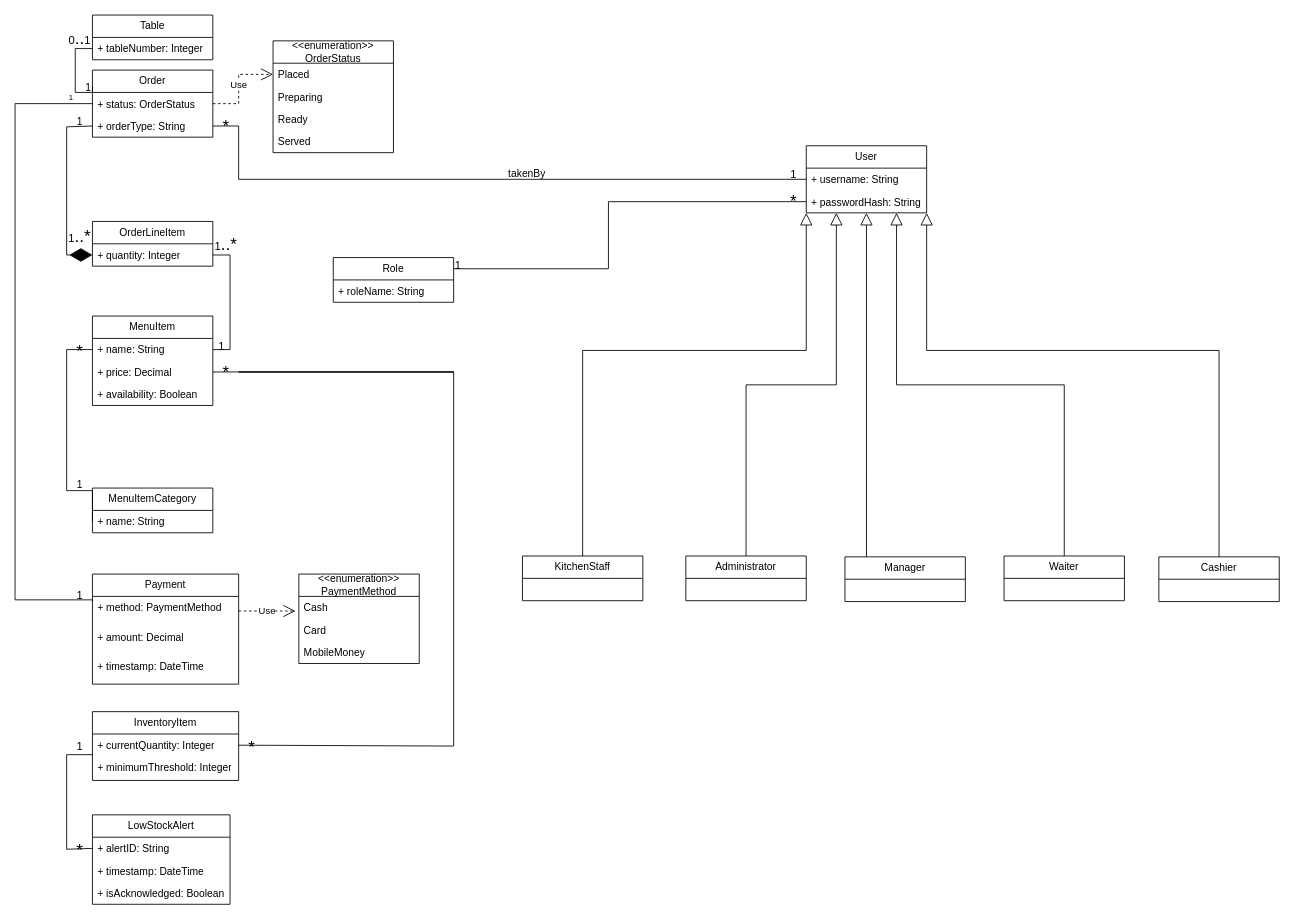
Before: ELABORATION PHASE/ITERATION 1/diagrams/cafe POS class diagram.drawio in Gsiach/Cafe-POS-project, a draw.io diagram. Source tidied: cells renumbered, new cells numbered last; positions are measured from the earlier drawing's top-left corner, leaving out a move shared by most shapes. Both pictures are drawn from the tidied source at 86%, with x=0, y=0 at pixel (15, 15).
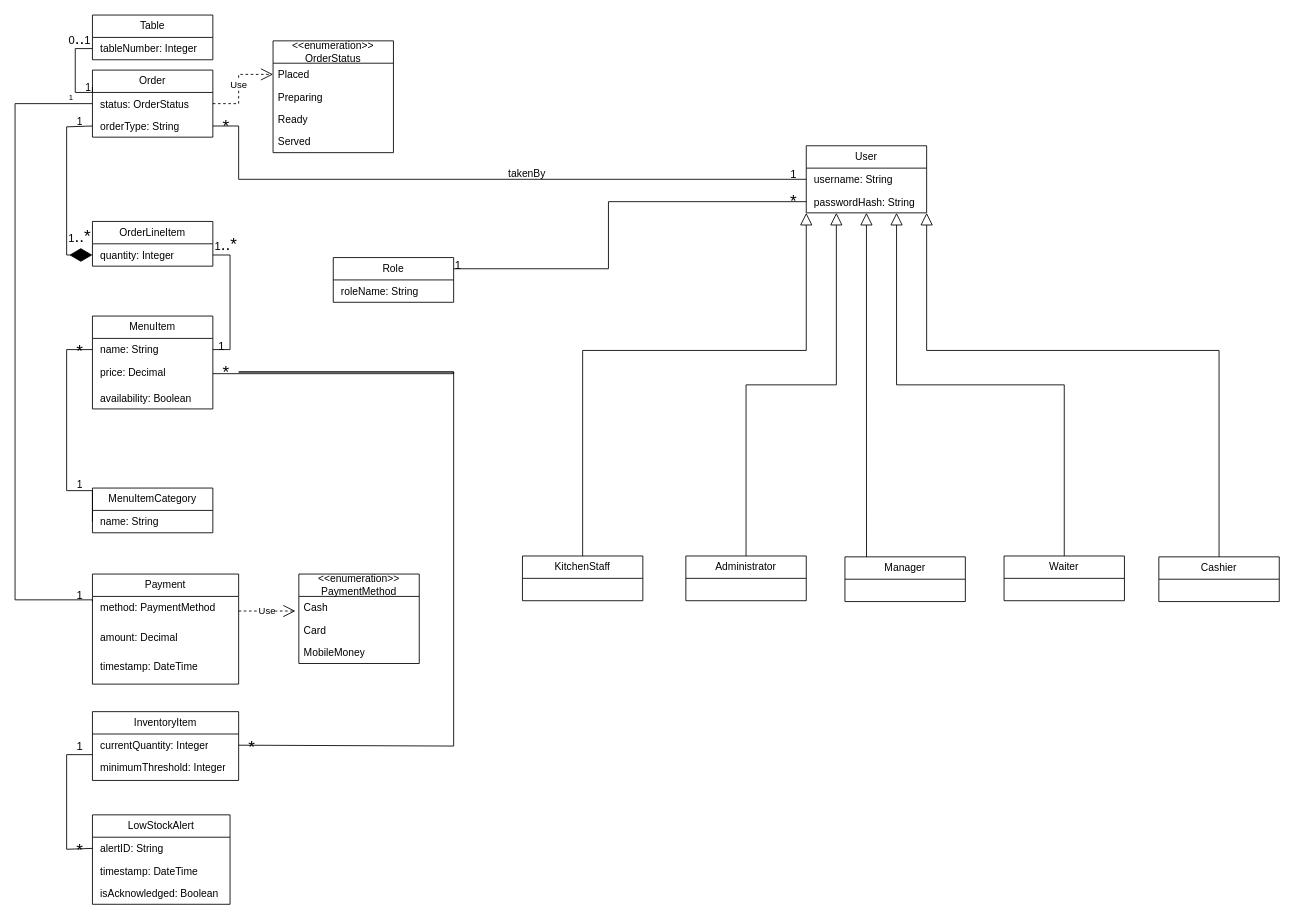
The same diagram, later.

Commit message (it also covers changes not shown here):
refactor: remove public visibility '+' symbols from domain model

The change refers to these unchanged cells:
```xml
<mxCell id="6" value="OrderLineItem" style="swimlane;fontStyle=0;horizontal=1;startSize=26;fillColor=none;whiteSpace=wrap;html=1;" parent="1" vertex="1">
  <mxGeometry x="90" y="240" width="140" height="52" as="geometry" />
</mxCell>
<mxCell id="8" value="Order" style="swimlane;fontStyle=0;horizontal=1;startSize=26;fillColor=none;whiteSpace=wrap;html=1;" parent="1" vertex="1">
  <mxGeometry x="90" y="64" width="140" height="78" as="geometry" />
</mxCell>
<mxCell id="11" value="Table" style="swimlane;fontStyle=0;horizontal=1;startSize=26;fillColor=none;whiteSpace=wrap;html=1;" parent="1" vertex="1">
  <mxGeometry x="90" width="140" height="52" as="geometry" />
</mxCell>
<mxCell id="13" value="MenuItemCategory" style="swimlane;fontStyle=0;horizontal=1;startSize=26;fillColor=none;whiteSpace=wrap;html=1;" parent="1" vertex="1">
  <mxGeometry x="90" y="550" width="140" height="52" as="geometry" />
</mxCell>
<mxCell id="19" value="User" style="swimlane;fontStyle=0;horizontal=1;startSize=26;fillColor=none;whiteSpace=wrap;html=1;" parent="1" vertex="1">
  <mxGeometry x="920" y="152" width="140" height="78" as="geometry" />
</mxCell>
<mxCell id="26" value="Role" style="swimlane;fontStyle=0;horizontal=1;startSize=26;fillColor=none;whiteSpace=wrap;html=1;" parent="1" vertex="1">
  <mxGeometry x="370" y="282" width="140" height="52" as="geometry" />
</mxCell>
<mxCell id="30" value="Payment" style="swimlane;fontStyle=0;horizontal=1;startSize=26;fillColor=none;whiteSpace=wrap;html=1;" parent="1" vertex="1">
  <mxGeometry x="90" y="650" width="170" height="128" as="geometry" />
</mxCell>
<mxCell id="34" value="LowStockAlert" style="swimlane;fontStyle=0;horizontal=1;startSize=26;fillColor=none;whiteSpace=wrap;html=1;" parent="1" vertex="1">
  <mxGeometry x="90" y="930" width="160" height="104" as="geometry" />
</mxCell>
<mxCell id="38" value="InventoryItem" style="swimlane;fontStyle=0;horizontal=1;startSize=26;fillColor=none;whiteSpace=wrap;html=1;" parent="1" vertex="1">
  <mxGeometry x="90" y="810" width="170" height="80" as="geometry" />
</mxCell>
```

What changed in the source:
```diff
@@
     <mxCell id="2" value="MenuItem" style="swimlane;fontStyle=0;horizontal=1;startSize=26;fillColor=none;whiteSpace=wrap;html=1;" parent="1" vertex="1">
-      <mxGeometry x="90" y="350" width="140" height="104" as="geometry" />
+      <mxGeometry x="90" y="350" width="140" height="108" as="geometry" />
     </mxCell>
-    <mxCell id="3" value="+ name: String" style="text;strokeColor=none;fillColor=none;align=left;verticalAlign=top;spacingLeft=4;spacingRight=4;overflow=hidden;points=[[0,0.5],[1,0.5]];portConstraint=eastwest;whiteSpace=wrap;html=1;" parent="2" vertex="1">
+    <mxCell id="3" value="&amp;nbsp;name: String" style="text;strokeColor=none;fillColor=none;align=left;verticalAlign=top;spacingLeft=4;spacingRight=4;overflow=hidden;points=[[0,0.5],[1,0.5]];portConstraint=eastwest;whiteSpace=wrap;html=1;" parent="2" vertex="1">
       <mxGeometry y="26" width="140" height="26" as="geometry" />
     </mxCell>
-    <mxCell id="4" value="+ price: Decimal" style="text;strokeColor=none;fillColor=none;align=left;verticalAlign=top;spacingLeft=4;spacingRight=4;overflow=hidden;points=[[0,0.5],[1,0.5]];portConstraint=eastwest;whiteSpace=wrap;html=1;" parent="2" vertex="1">
-      <mxGeometry y="52" width="140" height="26" as="geometry" />
+    <mxCell id="4" value="&amp;nbsp;price: Decimal" style="text;strokeColor=none;fillColor=none;align=left;verticalAlign=top;spacingLeft=4;spacingRight=4;overflow=hidden;points=[[0,0.5],[1,0.5]];portConstraint=eastwest;whiteSpace=wrap;html=1;" parent="2" vertex="1">
+      <mxGeometry y="52" width="140" height="30" as="geometry" />
     </mxCell>
-    <mxCell id="5" value="+ availability: Boolean" style="text;strokeColor=none;fillColor=none;align=left;verticalAlign=top;spacingLeft=4;spacingRight=4;overflow=hidden;whiteSpace=wrap;html=1;" parent="2" vertex="1">
-      <mxGeometry y="78" width="140" height="26" as="geometry" />
+    <mxCell id="5" value="&amp;nbsp;availability: Boolean" style="text;strokeColor=none;fillColor=none;align=left;verticalAlign=top;spacingLeft=4;spacingRight=4;overflow=hidden;whiteSpace=wrap;html=1;" parent="2" vertex="1">
+      <mxGeometry y="82" width="140" height="26" as="geometry" />
     </mxCell>
@@
-    <mxCell id="7" value="+ quantity: Integer" style="text;strokeColor=none;fillColor=none;align=left;verticalAlign=top;spacingLeft=4;spacingRight=4;overflow=hidden;points=[[0,0.5],[1,0.5]];portConstraint=eastwest;whiteSpace=wrap;html=1;" parent="6" vertex="1">
+    <mxCell id="7" value="&amp;nbsp;quantity: Integer" style="text;strokeColor=none;fillColor=none;align=left;verticalAlign=top;spacingLeft=4;spacingRight=4;overflow=hidden;points=[[0,0.5],[1,0.5]];portConstraint=eastwest;whiteSpace=wrap;html=1;" parent="6" vertex="1">
       <mxGeometry y="26" width="140" height="26" as="geometry" />
     </mxCell>
@@
-    <mxCell id="9" value="+ status: OrderStatus" style="text;strokeColor=none;fillColor=none;align=left;verticalAlign=top;spacingLeft=4;spacingRight=4;overflow=hidden;points=[[0,0.5],[1,0.5]];portConstraint=eastwest;whiteSpace=wrap;html=1;" parent="8" vertex="1">
+    <mxCell id="9" value="&amp;nbsp;status: OrderStatus" style="text;strokeColor=none;fillColor=none;align=left;verticalAlign=top;spacingLeft=4;spacingRight=4;overflow=hidden;points=[[0,0.5],[1,0.5]];portConstraint=eastwest;whiteSpace=wrap;html=1;" parent="8" vertex="1">
       <mxGeometry y="26" width="140" height="26" as="geometry" />
     </mxCell>
-    <mxCell id="10" value="+ orderType: String" style="text;strokeColor=none;fillColor=none;align=left;verticalAlign=top;spacingLeft=4;spacingRight=4;overflow=hidden;points=[[0,0.5],[1,0.5]];portConstraint=eastwest;whiteSpace=wrap;html=1;" parent="8" vertex="1">
+    <mxCell id="10" value="&amp;nbsp;orderType: String" style="text;strokeColor=none;fillColor=none;align=left;verticalAlign=top;spacingLeft=4;spacingRight=4;overflow=hidden;points=[[0,0.5],[1,0.5]];portConstraint=eastwest;whiteSpace=wrap;html=1;" parent="8" vertex="1">
       <mxGeometry y="52" width="140" height="26" as="geometry" />
     </mxCell>
@@
-    <mxCell id="12" value="+ tableNumber: Integer" style="text;strokeColor=none;fillColor=none;align=left;verticalAlign=top;spacingLeft=4;spacingRight=4;overflow=hidden;points=[[0,0.5],[1,0.5]];portConstraint=eastwest;whiteSpace=wrap;html=1;" parent="11" vertex="1">
+    <mxCell id="12" value="&amp;nbsp;tableNumber: Integer" style="text;strokeColor=none;fillColor=none;align=left;verticalAlign=top;spacingLeft=4;spacingRight=4;overflow=hidden;points=[[0,0.5],[1,0.5]];portConstraint=eastwest;whiteSpace=wrap;html=1;" parent="11" vertex="1">
       <mxGeometry y="26" width="140" height="26" as="geometry" />
     </mxCell>
@@
-    <mxCell id="14" value="+ name: String" style="text;strokeColor=none;fillColor=none;align=left;verticalAlign=top;spacingLeft=4;spacingRight=4;overflow=hidden;points=[[0,0.5],[1,0.5]];portConstraint=eastwest;whiteSpace=wrap;html=1;" parent="13" vertex="1">
+    <mxCell id="14" value="&amp;nbsp;name: String" style="text;strokeColor=none;fillColor=none;align=left;verticalAlign=top;spacingLeft=4;spacingRight=4;overflow=hidden;points=[[0,0.5],[1,0.5]];portConstraint=eastwest;whiteSpace=wrap;html=1;" parent="13" vertex="1">
       <mxGeometry y="26" width="140" height="26" as="geometry" />
     </mxCell>
@@
-    <mxCell id="20" value="+ username: String" style="text;strokeColor=none;fillColor=none;align=left;verticalAlign=top;spacingLeft=4;spacingRight=4;overflow=hidden;whiteSpace=wrap;html=1;" parent="19" vertex="1">
+    <mxCell id="20" value="&amp;nbsp;username: String" style="text;strokeColor=none;fillColor=none;align=left;verticalAlign=top;spacingLeft=4;spacingRight=4;overflow=hidden;whiteSpace=wrap;html=1;" parent="19" vertex="1">
       <mxGeometry y="26" width="140" height="26" as="geometry" />
     </mxCell>
-    <mxCell id="21" value="+ passwordHash: String" style="text;strokeColor=none;fillColor=none;align=left;verticalAlign=top;spacingLeft=4;spacingRight=4;overflow=hidden;points=[[0,0.5],[1,0.5]];portConstraint=eastwest;whiteSpace=wrap;html=1;" parent="19" vertex="1">
+    <mxCell id="21" value="&amp;nbsp;passwordHash: String" style="text;strokeColor=none;fillColor=none;align=left;verticalAlign=top;spacingLeft=4;spacingRight=4;overflow=hidden;points=[[0,0.5],[1,0.5]];portConstraint=eastwest;whiteSpace=wrap;html=1;" parent="19" vertex="1">
       <mxGeometry y="52" width="140" height="26" as="geometry" />
     </mxCell>
@@
-    <mxCell id="27" value="+ roleName: String" style="text;strokeColor=none;fillColor=none;align=left;verticalAlign=top;spacingLeft=4;spacingRight=4;overflow=hidden;whiteSpace=wrap;html=1;" parent="26" vertex="1">
+    <mxCell id="27" value="&amp;nbsp;roleName: String" style="text;strokeColor=none;fillColor=none;align=left;verticalAlign=top;spacingLeft=4;spacingRight=4;overflow=hidden;whiteSpace=wrap;html=1;" parent="26" vertex="1">
       <mxGeometry y="26" width="140" height="26" as="geometry" />
     </mxCell>
@@
-    <mxCell id="31" value="+ method: PaymentMethod" style="text;strokeColor=none;fillColor=none;align=left;verticalAlign=top;spacingLeft=4;spacingRight=4;overflow=hidden;points=[[0,0.5],[1,0.5]];portConstraint=eastwest;whiteSpace=wrap;html=1;" parent="30" vertex="1">
+    <mxCell id="31" value="&amp;nbsp;method: PaymentMethod" style="text;strokeColor=none;fillColor=none;align=left;verticalAlign=top;spacingLeft=4;spacingRight=4;overflow=hidden;points=[[0,0.5],[1,0.5]];portConstraint=eastwest;whiteSpace=wrap;html=1;" parent="30" vertex="1">
       <mxGeometry y="26" width="170" height="34" as="geometry" />
     </mxCell>
-    <mxCell id="32" value="+ amount: Decimal" style="text;strokeColor=none;fillColor=none;align=left;verticalAlign=top;spacingLeft=4;spacingRight=4;overflow=hidden;whiteSpace=wrap;html=1;" parent="30" vertex="1">
+    <mxCell id="32" value="&amp;nbsp;amount: Decimal" style="text;strokeColor=none;fillColor=none;align=left;verticalAlign=top;spacingLeft=4;spacingRight=4;overflow=hidden;whiteSpace=wrap;html=1;" parent="30" vertex="1">
       <mxGeometry y="60" width="170" height="34" as="geometry" />
     </mxCell>
-    <mxCell id="33" value="+ timestamp: DateTime" style="text;strokeColor=none;fillColor=none;align=left;verticalAlign=top;spacingLeft=4;spacingRight=4;overflow=hidden;whiteSpace=wrap;html=1;" parent="30" vertex="1">
+    <mxCell id="33" value="&amp;nbsp;timestamp: DateTime" style="text;strokeColor=none;fillColor=none;align=left;verticalAlign=top;spacingLeft=4;spacingRight=4;overflow=hidden;whiteSpace=wrap;html=1;" parent="30" vertex="1">
       <mxGeometry y="94" width="170" height="34" as="geometry" />
     </mxCell>
@@
-    <mxCell id="35" value="+ alertID: String" style="text;strokeColor=none;fillColor=none;align=left;verticalAlign=top;spacingLeft=4;spacingRight=4;overflow=hidden;points=[[0,0.5],[1,0.5]];portConstraint=eastwest;whiteSpace=wrap;html=1;" parent="34" vertex="1">
+    <mxCell id="35" value="&amp;nbsp;alertID: String" style="text;strokeColor=none;fillColor=none;align=left;verticalAlign=top;spacingLeft=4;spacingRight=4;overflow=hidden;points=[[0,0.5],[1,0.5]];portConstraint=eastwest;whiteSpace=wrap;html=1;" parent="34" vertex="1">
       <mxGeometry y="26" width="160" height="26" as="geometry" />
     </mxCell>
-    <mxCell id="36" value="+ timestamp: DateTime" style="text;strokeColor=none;fillColor=none;align=left;verticalAlign=top;spacingLeft=4;spacingRight=4;overflow=hidden;whiteSpace=wrap;html=1;" parent="34" vertex="1">
+    <mxCell id="36" value="&amp;nbsp;timestamp: DateTime" style="text;strokeColor=none;fillColor=none;align=left;verticalAlign=top;spacingLeft=4;spacingRight=4;overflow=hidden;whiteSpace=wrap;html=1;" parent="34" vertex="1">
       <mxGeometry y="52" width="160" height="26" as="geometry" />
     </mxCell>
-    <mxCell id="37" value="+ isAcknowledged: Boolean" style="text;strokeColor=none;fillColor=none;align=left;verticalAlign=top;spacingLeft=4;spacingRight=4;overflow=hidden;whiteSpace=wrap;html=1;" parent="34" vertex="1">
+    <mxCell id="37" value="&amp;nbsp;isAcknowledged: Boolean" style="text;strokeColor=none;fillColor=none;align=left;verticalAlign=top;spacingLeft=4;spacingRight=4;overflow=hidden;whiteSpace=wrap;html=1;" parent="34" vertex="1">
       <mxGeometry y="78" width="160" height="26" as="geometry" />
     </mxCell>
@@
-    <mxCell id="39" value="+ currentQuantity: Integer" style="text;strokeColor=none;fillColor=none;align=left;verticalAlign=top;spacingLeft=4;spacingRight=4;overflow=hidden;points=[[0,0.5],[1,0.5]];portConstraint=eastwest;whiteSpace=wrap;html=1;" parent="38" vertex="1">
+    <mxCell id="39" value="&amp;nbsp;currentQuantity: Integer" style="text;strokeColor=none;fillColor=none;align=left;verticalAlign=top;spacingLeft=4;spacingRight=4;overflow=hidden;points=[[0,0.5],[1,0.5]];portConstraint=eastwest;whiteSpace=wrap;html=1;" parent="38" vertex="1">
       <mxGeometry y="26" width="170" height="26" as="geometry" />
     </mxCell>
-    <mxCell id="40" value="+ minimumThreshold: Integer" style="text;strokeColor=none;fillColor=none;align=left;verticalAlign=top;spacingLeft=4;spacingRight=4;overflow=hidden;whiteSpace=wrap;html=1;" parent="38" vertex="1">
+    <mxCell id="40" value="&amp;nbsp;minimumThreshold: Integer" style="text;strokeColor=none;fillColor=none;align=left;verticalAlign=top;spacingLeft=4;spacingRight=4;overflow=hidden;whiteSpace=wrap;html=1;" parent="38" vertex="1">
       <mxGeometry y="52" width="170" height="28" as="geometry" />
     </mxCell>
```
